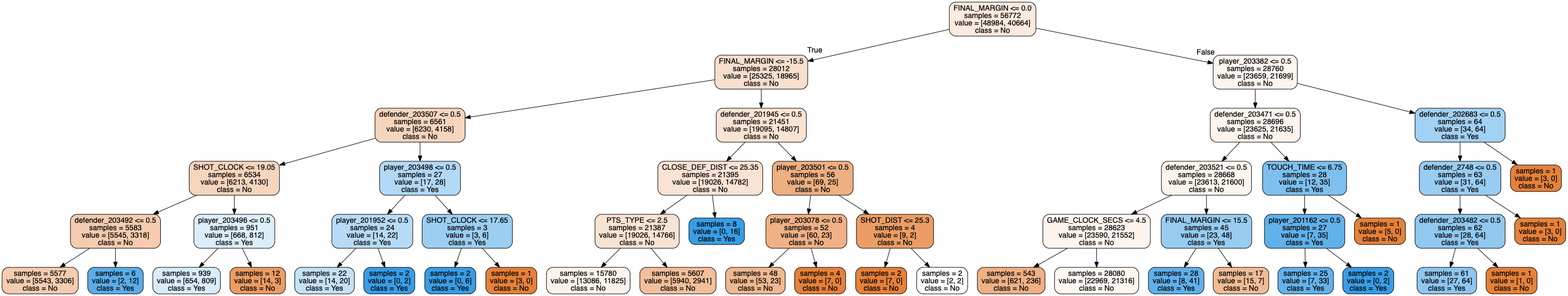
This is forest_tree_new3.png from tianyi5309/303project, a Graphviz export, as it was before one commit. Its source is kept beside it as forest_tree_new3.dot.
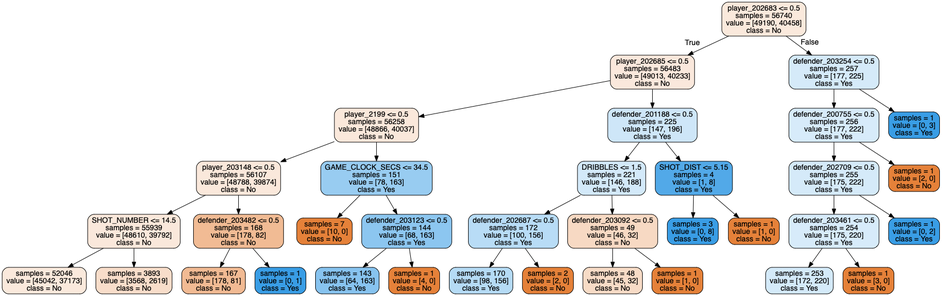
After the change.

The edit, as a diff of the source:
```diff
@@ -1,105 +1,73 @@
 digraph Tree {
 node [shape=box, style="filled, rounded", color="black", fontname=helvetica] ;
 edge [fontname=helvetica] ;
-0 [label="FINAL_MARGIN <= 0.0\nsamples = 56772\nvalue = [48984, 40664]\nclass = No", fillcolor="#fbeadd"] ;
-1 [label="FINAL_MARGIN <= -15.5\nsamples = 28012\nvalue = [25325, 18965]\nclass = No", fillcolor="#f8dfcd"] ;
+0 [label="player_202683 <= 0.5\nsamples = 56740\nvalue = [49190, 40458]\nclass = No", fillcolor="#fae9dc"] ;
+1 [label="player_202685 <= 0.5\nsamples = 56483\nvalue = [49013, 40233]\nclass = No", fillcolor="#fae8dc"] ;
 0 -> 1 [labeldistance=2.5, labelangle=45, headlabel="True"] ;
-2 [label="defender_203507 <= 0.5\nsamples = 6561\nvalue = [6230, 4158]\nclass = No", fillcolor="#f6d5bd"] ;
+2 [label="player_2199 <= 0.5\nsamples = 56258\nvalue = [48866, 40037]\nclass = No", fillcolor="#fae8db"] ;
 1 -> 2 ;
-3 [label="SHOT_CLOCK <= 19.05\nsamples = 6534\nvalue = [6213, 4130]\nclass = No", fillcolor="#f6d5bd"] ;
+3 [label="player_203148 <= 0.5\nsamples = 56107\nvalue = [48788, 39874]\nclass = No", fillcolor="#fae8db"] ;
 2 -> 3 ;
-4 [label="defender_203492 <= 0.5\nsamples = 5583\nvalue = [5545, 3318]\nclass = No", fillcolor="#f5ccaf"] ;
+4 [label="SHOT_NUMBER <= 14.5\nsamples = 55939\nvalue = [48610, 39792]\nclass = No", fillcolor="#fae8db"] ;
 3 -> 4 ;
-5 [label="samples = 5577\nvalue = [5543, 3306]\nclass = No", fillcolor="#f5ccaf"] ;
+5 [label="samples = 52046\nvalue = [45042, 37173]\nclass = No", fillcolor="#fae9dc"] ;
 4 -> 5 ;
-6 [label="samples = 6\nvalue = [2, 12]\nclass = Yes", fillcolor="#5aade9"] ;
+6 [label="samples = 3893\nvalue = [3568, 2619]\nclass = No", fillcolor="#f8ddca"] ;
 4 -> 6 ;
-7 [label="player_203496 <= 0.5\nsamples = 951\nvalue = [668, 812]\nclass = Yes", fillcolor="#dceefa"] ;
+7 [label="defender_203482 <= 0.5\nsamples = 168\nvalue = [178, 82]\nclass = No", fillcolor="#f1bb94"] ;
 3 -> 7 ;
-8 [label="samples = 939\nvalue = [654, 809]\nclass = Yes", fillcolor="#d9ecfa"] ;
+8 [label="samples = 167\nvalue = [178, 81]\nclass = No", fillcolor="#f1ba93"] ;
 7 -> 8 ;
-9 [label="samples = 12\nvalue = [14, 3]\nclass = No", fillcolor="#eb9c63"] ;
+9 [label="samples = 1\nvalue = [0, 1]\nclass = Yes", fillcolor="#399de5"] ;
 7 -> 9 ;
-10 [label="player_203498 <= 0.5\nsamples = 27\nvalue = [17, 28]\nclass = Yes", fillcolor="#b1d8f5"] ;
+10 [label="GAME_CLOCK_SECS <= 34.5\nsamples = 151\nvalue = [78, 163]\nclass = Yes", fillcolor="#98ccf1"] ;
 2 -> 10 ;
-11 [label="player_201952 <= 0.5\nsamples = 24\nvalue = [14, 22]\nclass = Yes", fillcolor="#b7dbf6"] ;
+11 [label="samples = 7\nvalue = [10, 0]\nclass = No", fillcolor="#e58139"] ;
 10 -> 11 ;
-12 [label="samples = 22\nvalue = [14, 20]\nclass = Yes", fillcolor="#c4e2f7"] ;
-11 -> 12 ;
-13 [label="samples = 2\nvalue = [0, 2]\nclass = Yes", fillcolor="#399de5"] ;
-11 -> 13 ;
-14 [label="SHOT_CLOCK <= 17.65\nsamples = 3\nvalue = [3, 6]\nclass = Yes", fillcolor="#9ccef2"] ;
-10 -> 14 ;
-15 [label="samples = 2\nvalue = [0, 6]\nclass = Yes", fillcolor="#399de5"] ;
-14 -> 15 ;
-16 [label="samples = 1\nvalue = [3, 0]\nclass = No", fillcolor="#e58139"] ;
-14 -> 16 ;
-17 [label="defender_201945 <= 0.5\nsamples = 21451\nvalue = [19095, 14807]\nclass = No", fillcolor="#f9e3d3"] ;
-1 -> 17 ;
-18 [label="CLOSE_DEF_DIST <= 25.35\nsamples = 21395\nvalue = [19026, 14782]\nclass = No", fillcolor="#f9e3d3"] ;
+12 [label="defender_203123 <= 0.5\nsamples = 144\nvalue = [68, 163]\nclass = Yes", fillcolor="#8cc6f0"] ;
+10 -> 12 ;
+13 [label="samples = 143\nvalue = [64, 163]\nclass = Yes", fillcolor="#87c3ef"] ;
+12 -> 13 ;
+14 [label="samples = 1\nvalue = [4, 0]\nclass = No", fillcolor="#e58139"] ;
+12 -> 14 ;
+15 [label="defender_201188 <= 0.5\nsamples = 225\nvalue = [147, 196]\nclass = Yes", fillcolor="#cee6f8"] ;
+1 -> 15 ;
+16 [label="DRIBBLES <= 1.5\nsamples = 221\nvalue = [146, 188]\nclass = Yes", fillcolor="#d3e9f9"] ;
+15 -> 16 ;
+17 [label="defender_202687 <= 0.5\nsamples = 172\nvalue = [100, 156]\nclass = Yes", fillcolor="#b8dcf6"] ;
+16 -> 17 ;
+18 [label="samples = 170\nvalue = [98, 156]\nclass = Yes", fillcolor="#b5dbf5"] ;
 17 -> 18 ;
-19 [label="PTS_TYPE <= 2.5\nsamples = 21387\nvalue = [19026, 14766]\nclass = No", fillcolor="#f9e3d3"] ;
-18 -> 19 ;
-20 [label="samples = 15780\nvalue = [13086, 11825]\nclass = No", fillcolor="#fcf3ec"] ;
-19 -> 20 ;
-21 [label="samples = 5607\nvalue = [5940, 2941]\nclass = No", fillcolor="#f2bf9b"] ;
-19 -> 21 ;
-22 [label="samples = 8\nvalue = [0, 16]\nclass = Yes", fillcolor="#399de5"] ;
-18 -> 22 ;
-23 [label="player_203501 <= 0.5\nsamples = 56\nvalue = [69, 25]\nclass = No", fillcolor="#eeaf81"] ;
-17 -> 23 ;
-24 [label="player_203078 <= 0.5\nsamples = 52\nvalue = [60, 23]\nclass = No", fillcolor="#efb185"] ;
+19 [label="samples = 2\nvalue = [2, 0]\nclass = No", fillcolor="#e58139"] ;
+17 -> 19 ;
+20 [label="defender_203092 <= 0.5\nsamples = 49\nvalue = [46, 32]\nclass = No", fillcolor="#f7d9c3"] ;
+16 -> 20 ;
+21 [label="samples = 48\nvalue = [45, 32]\nclass = No", fillcolor="#f7dbc6"] ;
+20 -> 21 ;
+22 [label="samples = 1\nvalue = [1, 0]\nclass = No", fillcolor="#e58139"] ;
+20 -> 22 ;
+23 [label="SHOT_DIST <= 5.15\nsamples = 4\nvalue = [1, 8]\nclass = Yes", fillcolor="#52a9e8"] ;
+15 -> 23 ;
+24 [label="samples = 3\nvalue = [0, 8]\nclass = Yes", fillcolor="#399de5"] ;
 23 -> 24 ;
-25 [label="samples = 48\nvalue = [53, 23]\nclass = No", fillcolor="#f0b88f"] ;
-24 -> 25 ;
-26 [label="samples = 4\nvalue = [7, 0]\nclass = No", fillcolor="#e58139"] ;
-24 -> 26 ;
-27 [label="SHOT_DIST <= 25.3\nsamples = 4\nvalue = [9, 2]\nclass = No", fillcolor="#eb9d65"] ;
-23 -> 27 ;
-28 [label="samples = 2\nvalue = [7, 0]\nclass = No", fillcolor="#e58139"] ;
+25 [label="samples = 1\nvalue = [1, 0]\nclass = No", fillcolor="#e58139"] ;
+23 -> 25 ;
+26 [label="defender_203254 <= 0.5\nsamples = 257\nvalue = [177, 225]\nclass = Yes", fillcolor="#d5eaf9"] ;
+0 -> 26 [labeldistance=2.5, labelangle=-45, headlabel="False"] ;
+27 [label="defender_200755 <= 0.5\nsamples = 256\nvalue = [177, 222]\nclass = Yes", fillcolor="#d7ebfa"] ;
+26 -> 27 ;
+28 [label="defender_202709 <= 0.5\nsamples = 255\nvalue = [175, 222]\nclass = Yes", fillcolor="#d5eaf9"] ;
 27 -> 28 ;
-29 [label="samples = 2\nvalue = [2, 2]\nclass = No", fillcolor="#ffffff"] ;
-27 -> 29 ;
-30 [label="player_203382 <= 0.5\nsamples = 28760\nvalue = [23659, 21699]\nclass = No", fillcolor="#fdf5ef"] ;
-0 -> 30 [labeldistance=2.5, labelangle=-45, headlabel="False"] ;
-31 [label="defender_203471 <= 0.5\nsamples = 28696\nvalue = [23625, 21635]\nclass = No", fillcolor="#fdf4ee"] ;
-30 -> 31 ;
-32 [label="defender_203521 <= 0.5\nsamples = 28668\nvalue = [23613, 21600]\nclass = No", fillcolor="#fdf4ee"] ;
-31 -> 32 ;
-33 [label="GAME_CLOCK_SECS <= 4.5\nsamples = 28623\nvalue = [23590, 21552]\nclass = No", fillcolor="#fdf4ee"] ;
-32 -> 33 ;
-34 [label="samples = 543\nvalue = [621, 236]\nclass = No", fillcolor="#efb184"] ;
-33 -> 34 ;
-35 [label="samples = 28080\nvalue = [22969, 21316]\nclass = No", fillcolor="#fdf6f1"] ;
-33 -> 35 ;
-36 [label="FINAL_MARGIN <= 15.5\nsamples = 45\nvalue = [23, 48]\nclass = Yes", fillcolor="#98ccf1"] ;
-32 -> 36 ;
-37 [label="samples = 28\nvalue = [8, 41]\nclass = Yes", fillcolor="#60b0ea"] ;
-36 -> 37 ;
-38 [label="samples = 17\nvalue = [15, 7]\nclass = No", fillcolor="#f1bc95"] ;
-36 -> 38 ;
-39 [label="TOUCH_TIME <= 6.75\nsamples = 28\nvalue = [12, 35]\nclass = Yes", fillcolor="#7dbfee"] ;
-31 -> 39 ;
-40 [label="player_201162 <= 0.5\nsamples = 27\nvalue = [7, 35]\nclass = Yes", fillcolor="#61b1ea"] ;
-39 -> 40 ;
-41 [label="samples = 25\nvalue = [7, 33]\nclass = Yes", fillcolor="#63b2eb"] ;
-40 -> 41 ;
-42 [label="samples = 2\nvalue = [0, 2]\nclass = Yes", fillcolor="#399de5"] ;
-40 -> 42 ;
-43 [label="samples = 1\nvalue = [5, 0]\nclass = No", fillcolor="#e58139"] ;
-39 -> 43 ;
-44 [label="defender_202683 <= 0.5\nsamples = 64\nvalue = [34, 64]\nclass = Yes", fillcolor="#a2d1f3"] ;
-30 -> 44 ;
-45 [label="defender_2748 <= 0.5\nsamples = 63\nvalue = [31, 64]\nclass = Yes", fillcolor="#99ccf2"] ;
-44 -> 45 ;
-46 [label="defender_203482 <= 0.5\nsamples = 62\nvalue = [28, 64]\nclass = Yes", fillcolor="#90c8f0"] ;
-45 -> 46 ;
-47 [label="samples = 61\nvalue = [27, 64]\nclass = Yes", fillcolor="#8dc6f0"] ;
-46 -> 47 ;
-48 [label="samples = 1\nvalue = [1, 0]\nclass = No", fillcolor="#e58139"] ;
-46 -> 48 ;
-49 [label="samples = 1\nvalue = [3, 0]\nclass = No", fillcolor="#e58139"] ;
-45 -> 49 ;
-50 [label="samples = 1\nvalue = [3, 0]\nclass = No", fillcolor="#e58139"] ;
-44 -> 50 ;
+29 [label="defender_203461 <= 0.5\nsamples = 254\nvalue = [175, 220]\nclass = Yes", fillcolor="#d7ebfa"] ;
+28 -> 29 ;
+30 [label="samples = 253\nvalue = [172, 220]\nclass = Yes", fillcolor="#d4eaf9"] ;
+29 -> 30 ;
+31 [label="samples = 1\nvalue = [3, 0]\nclass = No", fillcolor="#e58139"] ;
+29 -> 31 ;
+32 [label="samples = 1\nvalue = [0, 2]\nclass = Yes", fillcolor="#399de5"] ;
+28 -> 32 ;
+33 [label="samples = 1\nvalue = [2, 0]\nclass = No", fillcolor="#e58139"] ;
+27 -> 33 ;
+34 [label="samples = 1\nvalue = [0, 3]\nclass = Yes", fillcolor="#399de5"] ;
+26 -> 34 ;
 }
```
